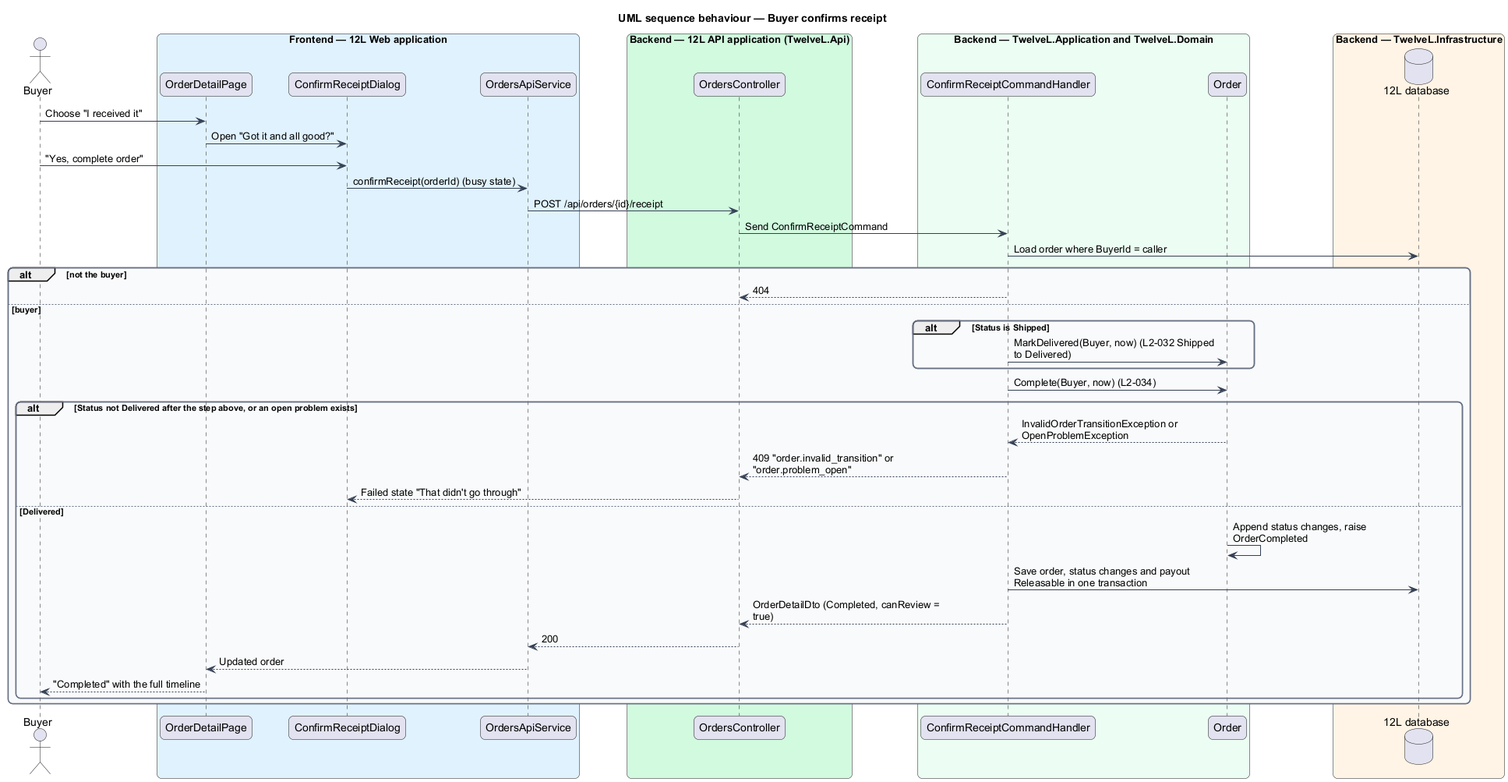
Before: docs/detailed-designs/orders/complete-order/diagrams/sequence-confirm-receipt.png, a diagram exported from PlantUML (QuinntyneBrown/12l).
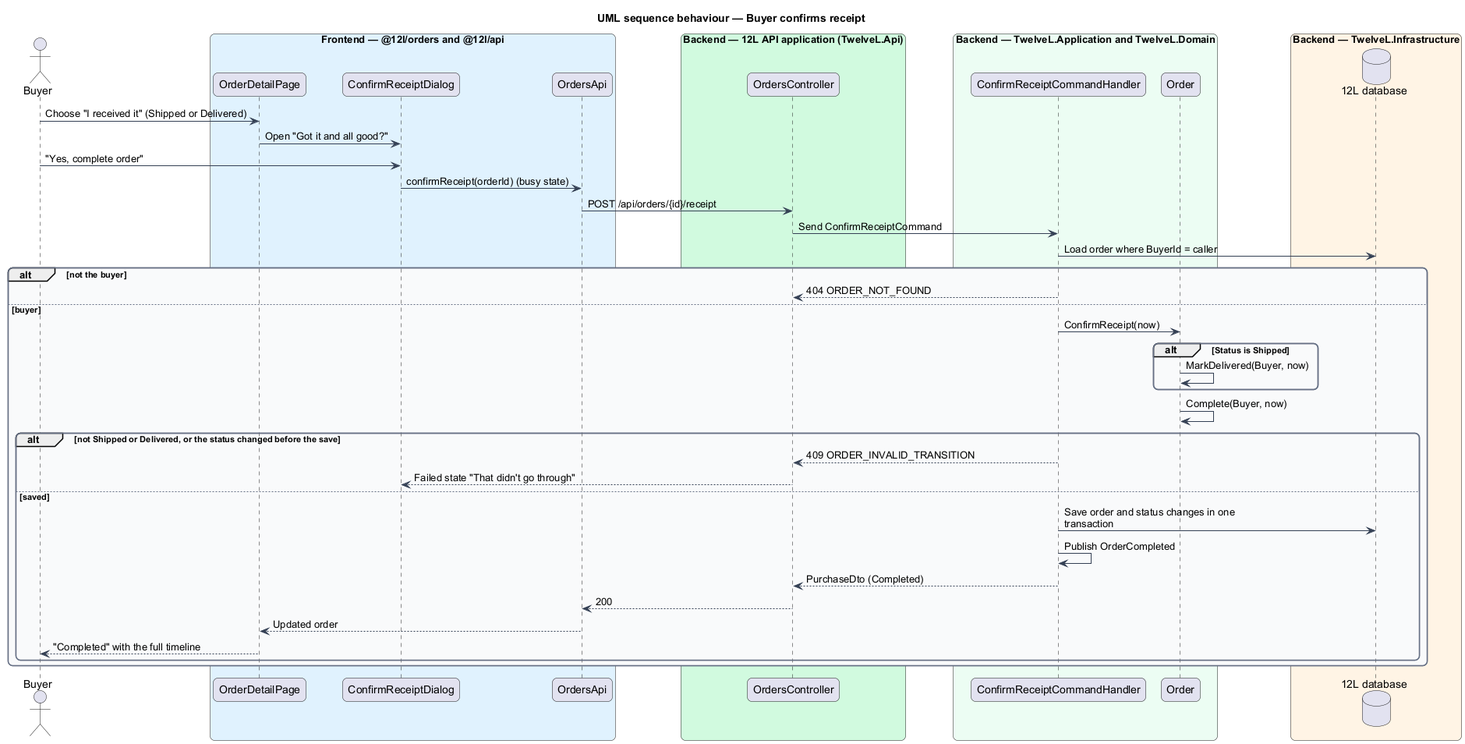
Later version of the same file.

Diff of the diagram source:
```diff
@@ -17,10 +17,10 @@
 skinparam sequenceMessageAlign left
 skinparam maxMessageSize 260
 actor "Buyer" as actor
-box "Frontend — 12L Web application" #E0F2FE
+box "Frontend — @12l/orders and @12l/api" #E0F2FE
   participant "OrderDetailPage" as page
   participant "ConfirmReceiptDialog" as dlg
-  participant "OrdersApiService" as client
+  participant "OrdersApi" as client
 end box
 box "Backend — 12L API application (TwelveL.Api)" #D1FADF
   participant "OrdersController" as ctrl
@@ -32,7 +32,7 @@
 box "Backend — TwelveL.Infrastructure" #FFF4E5
   database "12L database" as db
 end box
-actor -> page : Choose "I received it"
+actor -> page : Choose "I received it" (Shipped or Delivered)
 page -> dlg : Open "Got it and all good?"
 actor -> dlg : "Yes, complete order"
 dlg -> client : confirmReceipt(orderId) (busy state)
@@ -40,20 +40,20 @@
 ctrl -> h : Send ConfirmReceiptCommand
 h -> db : Load order where BuyerId = caller
 alt not the buyer
-  h --> ctrl : 404
+  h --> ctrl : 404 ORDER_NOT_FOUND
 else buyer
+  h -> order : ConfirmReceipt(now)
   alt Status is Shipped
-    h -> order : MarkDelivered(Buyer, now) (L2-032 Shipped to Delivered)
+    order -> order : MarkDelivered(Buyer, now)
   end
-  h -> order : Complete(Buyer, now) (L2-034)
-  alt Status not Delivered after the step above, or an open problem exists
-    order --> h : InvalidOrderTransitionException or OpenProblemException
-    h --> ctrl : 409 "order.invalid_transition" or "order.problem_open"
+  order -> order : Complete(Buyer, now)
+  alt not Shipped or Delivered, or the status changed before the save
+    h --> ctrl : 409 ORDER_INVALID_TRANSITION
     ctrl --> dlg : Failed state "That didn't go through"
-  else Delivered
-    order -> order : Append status changes, raise OrderCompleted
-    h -> db : Save order, status changes and payout Releasable in one transaction
-    h --> ctrl : OrderDetailDto (Completed, canReview = true)
+  else saved
+    h -> db : Save order and status changes in one transaction
+    h -> h : Publish OrderCompleted
+    h --> ctrl : PurchaseDto (Completed)
     ctrl --> client : 200
     client --> page : Updated order
     page --> actor : "Completed" with the full timeline
```
